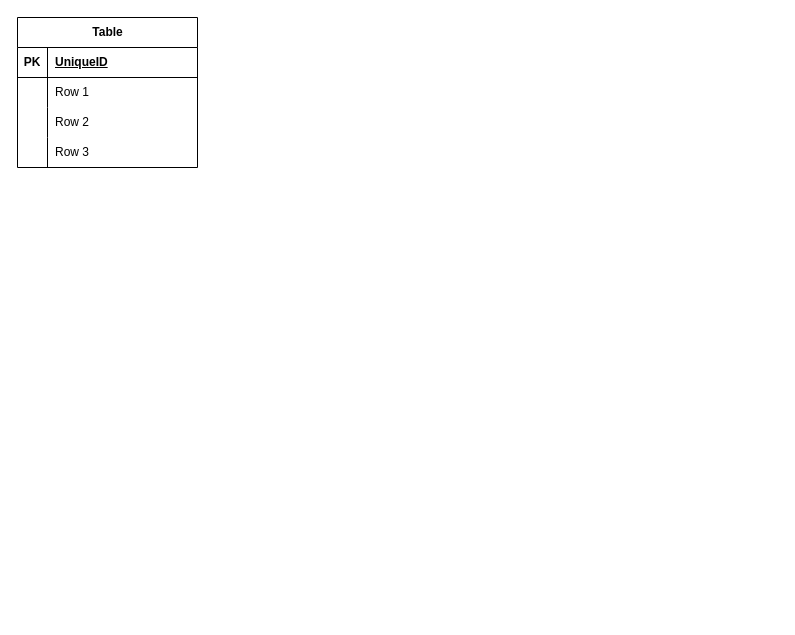
The draw.io diagram Global Super Stores.drawio in Onyinye91-ctrl/SQL_Schema, before the edit. Source tidied: cells renumbered, new cells numbered last; positions are measured from the earlier drawing's top-left corner, leaving out a move shared by most shapes. Both pictures are drawn from the tidied source at 100%, with x=0, y=0 at pixel (17, 17).
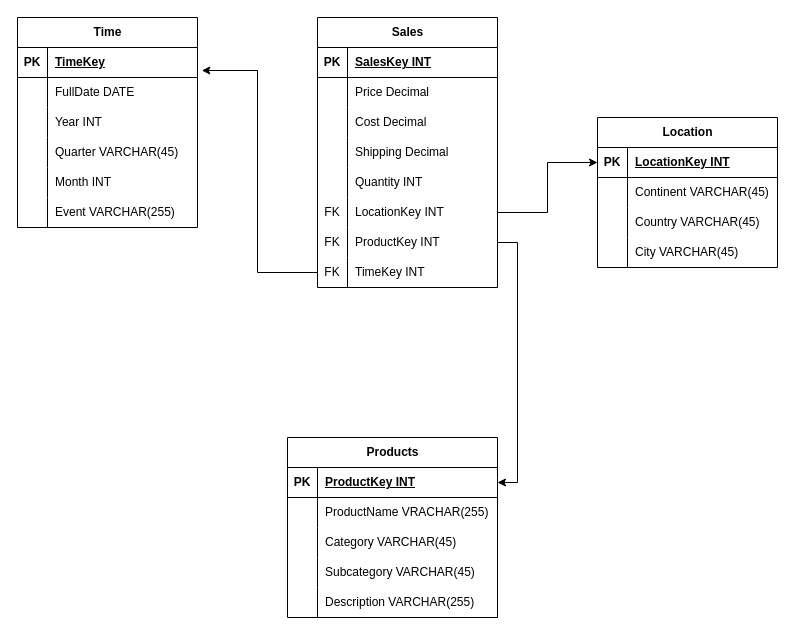
Above is the later version.

Unchanged cells that the change refers to:
```xml
<mxCell id="3" style="shape=tableRow;horizontal=0;startSize=0;swimlaneHead=0;swimlaneBody=0;fillColor=none;points=[[0,0.5],[1,0.5]];portConstraint=eastwest;top=0;left=0;right=0;bottom=1;" parent="2" vertex="1">
  <mxGeometry y="30" width="180" height="30" as="geometry" />
</mxCell>
<mxCell id="6" style="shape=tableRow;horizontal=0;startSize=0;swimlaneHead=0;swimlaneBody=0;fillColor=none;top=0;left=0;right=0;bottom=0;" parent="2" vertex="1">
  <mxGeometry y="60" width="180" height="30" as="geometry" />
</mxCell>
<mxCell id="9" style="shape=tableRow;horizontal=0;startSize=0;swimlaneHead=0;swimlaneBody=0;fillColor=none;top=0;left=0;right=0;bottom=0;" parent="2" vertex="1">
  <mxGeometry y="90" width="180" height="30" as="geometry" />
</mxCell>
<mxCell id="12" style="shape=tableRow;horizontal=0;startSize=0;swimlaneHead=0;swimlaneBody=0;fillColor=none;top=0;left=0;right=0;bottom=0;" parent="2" vertex="1">
  <mxGeometry y="120" width="180" height="30" as="geometry" />
</mxCell>
```

The edit, as a diff of the source:
```diff
@@
-    <mxCell id="2" value="Table" style="shape=table;startSize=30;childLayout=tableLayout;rowLines=0;fontStyle=1;align=center;html=1;" parent="1" vertex="1">
-      <mxGeometry width="180" height="150" as="geometry" />
+    <mxCell id="2" value="Time" style="shape=table;startSize=30;childLayout=tableLayout;rowLines=0;fontStyle=1;align=center;html=1;" parent="1" vertex="1">
+      <mxGeometry width="180" height="210" as="geometry" />
     </mxCell>
@@
-    <mxCell id="5" value="UniqueID" style="shape=partialRectangle;fillColor=none;top=0;left=0;bottom=0;right=0;align=left;spacingLeft=6;fontStyle=5;overflow=hidden;whiteSpace=wrap;html=1;" parent="3" vertex="1">
+    <mxCell id="5" value="TimeKey" style="shape=partialRectangle;fillColor=none;top=0;left=0;bottom=0;right=0;align=left;spacingLeft=6;fontStyle=5;overflow=hidden;whiteSpace=wrap;html=1;" parent="3" vertex="1">
       <mxGeometry x="30" width="150" height="30" as="geometry" />
     </mxCell>
@@
-    <mxCell id="8" value="Row 1" style="shape=partialRectangle;fillColor=none;top=0;left=0;bottom=0;right=0;align=left;spacingLeft=6;overflow=hidden;whiteSpace=wrap;html=1;" parent="6" vertex="1">
+    <mxCell id="8" value="FullDate DATE" style="shape=partialRectangle;fillColor=none;top=0;left=0;bottom=0;right=0;align=left;spacingLeft=6;overflow=hidden;whiteSpace=wrap;html=1;" parent="6" vertex="1">
       <mxGeometry x="30" width="150" height="30" as="geometry" />
     </mxCell>
@@
-    <mxCell id="11" value="Row 2" style="shape=partialRectangle;fillColor=none;top=0;left=0;bottom=0;right=0;align=left;spacingLeft=6;overflow=hidden;whiteSpace=wrap;html=1;" parent="9" vertex="1">
+    <mxCell id="11" value="Year INT" style="shape=partialRectangle;fillColor=none;top=0;left=0;bottom=0;right=0;align=left;spacingLeft=6;overflow=hidden;whiteSpace=wrap;html=1;" parent="9" vertex="1">
       <mxGeometry x="30" width="150" height="30" as="geometry" />
     </mxCell>
@@
-    <mxCell id="14" value="Row 3" style="shape=partialRectangle;fillColor=none;top=0;left=0;bottom=0;right=0;align=left;spacingLeft=6;overflow=hidden;whiteSpace=wrap;html=1;" parent="12" vertex="1">
+    <mxCell id="14" value="Quarter VARCHAR(45)" style="shape=partialRectangle;fillColor=none;top=0;left=0;bottom=0;right=0;align=left;spacingLeft=6;overflow=hidden;whiteSpace=wrap;html=1;" parent="12" vertex="1">
       <mxGeometry x="30" width="150" height="30" as="geometry" />
     </mxCell>
+    <mxCell id="15" style="shape=tableRow;horizontal=0;startSize=0;swimlaneHead=0;swimlaneBody=0;fillColor=none;top=0;left=0;right=0;bottom=0;" parent="2" vertex="1">
+      <mxGeometry y="150" width="180" height="30" as="geometry" />
+    </mxCell>
+    <mxCell id="16" style="shape=partialRectangle;fillColor=none;top=0;left=0;bottom=0;right=0;overflow=hidden;whiteSpace=wrap;html=1;" parent="15" vertex="1">
+      <mxGeometry width="30" height="30" as="geometry" />
+    </mxCell>
+    <mxCell id="17" value="Month INT" style="shape=partialRectangle;fillColor=none;top=0;left=0;bottom=0;right=0;align=left;spacingLeft=6;overflow=hidden;whiteSpace=wrap;html=1;" parent="15" vertex="1">
+      <mxGeometry x="30" width="150" height="30" as="geometry" />
+    </mxCell>
+    <mxCell id="18" style="shape=tableRow;horizontal=0;startSize=0;swimlaneHead=0;swimlaneBody=0;fillColor=none;top=0;left=0;right=0;bottom=0;" parent="2" vertex="1">
+      <mxGeometry y="180" width="180" height="30" as="geometry" />
+    </mxCell>
+    <mxCell id="19" style="shape=partialRectangle;fillColor=none;top=0;left=0;bottom=0;right=0;overflow=hidden;whiteSpace=wrap;html=1;" parent="18" vertex="1">
+      <mxGeometry width="30" height="30" as="geometry" />
+    </mxCell>
+    <mxCell id="20" value="Event VARCHAR(255)" style="shape=partialRectangle;fillColor=none;top=0;left=0;bottom=0;right=0;align=left;spacingLeft=6;overflow=hidden;whiteSpace=wrap;html=1;" parent="18" vertex="1">
+      <mxGeometry x="30" width="150" height="30" as="geometry" />
+    </mxCell>
+    <mxCell id="21" value="Products" style="shape=table;startSize=30;childLayout=tableLayout;rowLines=0;fontStyle=1;align=center;html=1;" parent="1" vertex="1">
+      <mxGeometry x="270" y="420" width="210" height="180" as="geometry" />
+    </mxCell>
+    <mxCell id="22" style="shape=tableRow;horizontal=0;startSize=0;swimlaneHead=0;swimlaneBody=0;fillColor=none;points=[[0,0.5],[1,0.5]];portConstraint=eastwest;top=0;left=0;right=0;bottom=1;" parent="21" vertex="1">
+      <mxGeometry y="30" width="210" height="30" as="geometry" />
+    </mxCell>
+    <mxCell id="23" value="PK" style="shape=partialRectangle;fillColor=none;top=0;left=0;bottom=0;right=0;fontStyle=1;overflow=hidden;whiteSpace=wrap;html=1;" parent="22" vertex="1">
+      <mxGeometry width="30" height="30" as="geometry" />
+    </mxCell>
+    <mxCell id="24" value="ProductKey INT" style="shape=partialRectangle;fillColor=none;top=0;left=0;bottom=0;right=0;align=left;spacingLeft=6;fontStyle=5;overflow=hidden;whiteSpace=wrap;html=1;" parent="22" vertex="1">
+      <mxGeometry x="30" width="180" height="30" as="geometry" />
+    </mxCell>
+    <mxCell id="25" style="shape=tableRow;horizontal=0;startSize=0;swimlaneHead=0;swimlaneBody=0;fillColor=none;top=0;left=0;right=0;bottom=0;" parent="21" vertex="1">
+      <mxGeometry y="60" width="210" height="30" as="geometry" />
+    </mxCell>
+    <mxCell id="26" style="shape=partialRectangle;fillColor=none;top=0;left=0;bottom=0;right=0;overflow=hidden;whiteSpace=wrap;html=1;" parent="25" vertex="1">
+      <mxGeometry width="30" height="30" as="geometry" />
+    </mxCell>
+    <mxCell id="27" value="ProductName VRACHAR(255)" style="shape=partialRectangle;fillColor=none;top=0;left=0;bottom=0;right=0;align=left;spacingLeft=6;overflow=hidden;whiteSpace=wrap;html=1;" parent="25" vertex="1">
+      <mxGeometry x="30" width="180" height="30" as="geometry" />
+    </mxCell>
+    <mxCell id="28" style="shape=tableRow;horizontal=0;startSize=0;swimlaneHead=0;swimlaneBody=0;fillColor=none;top=0;left=0;right=0;bottom=0;" parent="21" vertex="1">
+      <mxGeometry y="90" width="210" height="30" as="geometry" />
+    </mxCell>
+    <mxCell id="29" style="shape=partialRectangle;fillColor=none;top=0;left=0;bottom=0;right=0;overflow=hidden;whiteSpace=wrap;html=1;" parent="28" vertex="1">
+      <mxGeometry width="30" height="30" as="geometry" />
+    </mxCell>
+    <mxCell id="30" value="Category VARCHAR(45)" style="shape=partialRectangle;fillColor=none;top=0;left=0;bottom=0;right=0;align=left;spacingLeft=6;overflow=hidden;whiteSpace=wrap;html=1;" parent="28" vertex="1">
+      <mxGeometry x="30" width="180" height="30" as="geometry" />
+    </mxCell>
+    <mxCell id="31" style="shape=tableRow;horizontal=0;startSize=0;swimlaneHead=0;swimlaneBody=0;fillColor=none;top=0;left=0;right=0;bottom=0;" parent="21" vertex="1">
+      <mxGeometry y="120" width="210" height="30" as="geometry" />
+    </mxCell>
+    <mxCell id="32" style="shape=partialRectangle;fillColor=none;top=0;left=0;bottom=0;right=0;overflow=hidden;whiteSpace=wrap;html=1;" parent="31" vertex="1">
+      <mxGeometry width="30" height="30" as="geometry" />
+    </mxCell>
+    <mxCell id="33" value="Subcategory VARCHAR(45)" style="shape=partialRectangle;fillColor=none;top=0;left=0;bottom=0;right=0;align=left;spacingLeft=6;overflow=hidden;whiteSpace=wrap;html=1;" parent="31" vertex="1">
+      <mxGeometry x="30" width="180" height="30" as="geometry" />
+    </mxCell>
+    <mxCell id="34" style="shape=tableRow;horizontal=0;startSize=0;swimlaneHead=0;swimlaneBody=0;fillColor=none;top=0;left=0;right=0;bottom=0;" parent="21" vertex="1">
+      <mxGeometry y="150" width="210" height="30" as="geometry" />
+    </mxCell>
+    <mxCell id="35" style="shape=partialRectangle;fillColor=none;top=0;left=0;bottom=0;right=0;overflow=hidden;whiteSpace=wrap;html=1;" parent="34" vertex="1">
+      <mxGeometry width="30" height="30" as="geometry" />
+    </mxCell>
+    <mxCell id="36" value="Description VARCHAR(255)" style="shape=partialRectangle;fillColor=none;top=0;left=0;bottom=0;right=0;align=left;spacingLeft=6;overflow=hidden;whiteSpace=wrap;html=1;" parent="34" vertex="1">
+      <mxGeometry x="30" width="180" height="30" as="geometry" />
+    </mxCell>
+    <mxCell id="37" value="Location" style="shape=table;startSize=30;childLayout=tableLayout;rowLines=0;fontStyle=1;align=center;html=1;" parent="1" vertex="1">
+      <mxGeometry x="580" y="100" width="180" height="150" as="geometry" />
+    </mxCell>
+    <mxCell id="38" style="shape=tableRow;horizontal=0;startSize=0;swimlaneHead=0;swimlaneBody=0;fillColor=none;points=[[0,0.5],[1,0.5]];portConstraint=eastwest;top=0;left=0;right=0;bottom=1;" parent="37" vertex="1">
+      <mxGeometry y="30" width="180" height="30" as="geometry" />
+    </mxCell>
+    <mxCell id="39" value="PK" style="shape=partialRectangle;fillColor=none;top=0;left=0;bottom=0;right=0;fontStyle=1;overflow=hidden;whiteSpace=wrap;html=1;" parent="38" vertex="1">
+      <mxGeometry width="30" height="30" as="geometry" />
+    </mxCell>
+    <mxCell id="40" value="LocationKey INT" style="shape=partialRectangle;fillColor=none;top=0;left=0;bottom=0;right=0;align=left;spacingLeft=6;fontStyle=5;overflow=hidden;whiteSpace=wrap;html=1;" parent="38" vertex="1">
+      <mxGeometry x="30" width="150" height="30" as="geometry" />
+    </mxCell>
+    <mxCell id="41" style="shape=tableRow;horizontal=0;startSize=0;swimlaneHead=0;swimlaneBody=0;fillColor=none;top=0;left=0;right=0;bottom=0;" parent="37" vertex="1">
+      <mxGeometry y="60" width="180" height="30" as="geometry" />
+    </mxCell>
+    <mxCell id="42" style="shape=partialRectangle;fillColor=none;top=0;left=0;bottom=0;right=0;overflow=hidden;whiteSpace=wrap;html=1;" parent="41" vertex="1">
+      <mxGeometry width="30" height="30" as="geometry" />
+    </mxCell>
+    <mxCell id="43" value="Continent VARCHAR(45)" style="shape=partialRectangle;fillColor=none;top=0;left=0;bottom=0;right=0;align=left;spacingLeft=6;overflow=hidden;whiteSpace=wrap;html=1;" parent="41" vertex="1">
+      <mxGeometry x="30" width="150" height="30" as="geometry" />
+    </mxCell>
+    <mxCell id="44" style="shape=tableRow;horizontal=0;startSize=0;swimlaneHead=0;swimlaneBody=0;fillColor=none;top=0;left=0;right=0;bottom=0;" parent="37" vertex="1">
+      <mxGeometry y="90" width="180" height="30" as="geometry" />
+    </mxCell>
+    <mxCell id="45" style="shape=partialRectangle;fillColor=none;top=0;left=0;bottom=0;right=0;overflow=hidden;whiteSpace=wrap;html=1;" parent="44" vertex="1">
+      <mxGeometry width="30" height="30" as="geometry" />
+    </mxCell>
+    <mxCell id="46" value="Country VARCHAR(45)" style="shape=partialRectangle;fillColor=none;top=0;left=0;bottom=0;right=0;align=left;spacingLeft=6;overflow=hidden;whiteSpace=wrap;html=1;" parent="44" vertex="1">
+      <mxGeometry x="30" width="150" height="30" as="geometry" />
+    </mxCell>
+    <mxCell id="47" style="shape=tableRow;horizontal=0;startSize=0;swimlaneHead=0;swimlaneBody=0;fillColor=none;top=0;left=0;right=0;bottom=0;" parent="37" vertex="1">
+      <mxGeometry y="120" width="180" height="30" as="geometry" />
+    </mxCell>
+    <mxCell id="48" style="shape=partialRectangle;fillColor=none;top=0;left=0;bottom=0;right=0;overflow=hidden;whiteSpace=wrap;html=1;" parent="47" vertex="1">
+      <mxGeometry width="30" height="30" as="geometry" />
+    </mxCell>
+    <mxCell id="49" value="City VARCHAR(45)" style="shape=partialRectangle;fillColor=none;top=0;left=0;bottom=0;right=0;align=left;spacingLeft=6;overflow=hidden;whiteSpace=wrap;html=1;" parent="47" vertex="1">
+      <mxGeometry x="30" width="150" height="30" as="geometry" />
+    </mxCell>
+    <mxCell id="50" value="Sales" style="shape=table;startSize=30;childLayout=tableLayout;rowLines=0;fontStyle=1;align=center;html=1;" parent="1" vertex="1">
+      <mxGeometry x="300" width="180" height="270" as="geometry" />
+    </mxCell>
+    <mxCell id="51" style="shape=tableRow;horizontal=0;startSize=0;swimlaneHead=0;swimlaneBody=0;fillColor=none;top=0;left=0;right=0;bottom=1;" parent="50" vertex="1">
+      <mxGeometry y="30" width="180" height="30" as="geometry" />
+    </mxCell>
+    <mxCell id="52" value="PK" style="shape=partialRectangle;fillColor=none;top=0;left=0;bottom=0;right=0;fontStyle=1;overflow=hidden;whiteSpace=wrap;html=1;" parent="51" vertex="1">
+      <mxGeometry width="30" height="30" as="geometry" />
+    </mxCell>
+    <mxCell id="53" value="SalesKey INT" style="shape=partialRectangle;fillColor=none;top=0;left=0;bottom=0;right=0;align=left;spacingLeft=6;fontStyle=5;overflow=hidden;whiteSpace=wrap;html=1;" parent="51" vertex="1">
+      <mxGeometry x="30" width="150" height="30" as="geometry" />
+    </mxCell>
+    <mxCell id="54" style="shape=tableRow;horizontal=0;startSize=0;swimlaneHead=0;swimlaneBody=0;fillColor=none;top=0;left=0;right=0;bottom=0;" parent="50" vertex="1">
+      <mxGeometry y="60" width="180" height="30" as="geometry" />
+    </mxCell>
+    <mxCell id="55" style="shape=partialRectangle;fillColor=none;top=0;left=0;bottom=0;right=0;overflow=hidden;whiteSpace=wrap;html=1;" parent="54" vertex="1">
+      <mxGeometry width="30" height="30" as="geometry" />
+    </mxCell>
+    <mxCell id="56" value="Price Decimal" style="shape=partialRectangle;fillColor=none;top=0;left=0;bottom=0;right=0;align=left;spacingLeft=6;overflow=hidden;whiteSpace=wrap;html=1;" parent="54" vertex="1">
+      <mxGeometry x="30" width="150" height="30" as="geometry" />
+    </mxCell>
+    <mxCell id="57" style="shape=tableRow;horizontal=0;startSize=0;swimlaneHead=0;swimlaneBody=0;fillColor=none;top=0;left=0;right=0;bottom=0;" parent="50" vertex="1">
+      <mxGeometry y="90" width="180" height="30" as="geometry" />
+    </mxCell>
+    <mxCell id="58" style="shape=partialRectangle;fillColor=none;top=0;left=0;bottom=0;right=0;overflow=hidden;whiteSpace=wrap;html=1;" parent="57" vertex="1">
+      <mxGeometry width="30" height="30" as="geometry" />
+    </mxCell>
+    <mxCell id="59" value="Cost Decimal" style="shape=partialRectangle;fillColor=none;top=0;left=0;bottom=0;right=0;align=left;spacingLeft=6;overflow=hidden;whiteSpace=wrap;html=1;" parent="57" vertex="1">
+      <mxGeometry x="30" width="150" height="30" as="geometry" />
+    </mxCell>
+    <mxCell id="60" style="shape=tableRow;horizontal=0;startSize=0;swimlaneHead=0;swimlaneBody=0;fillColor=none;top=0;left=0;right=0;bottom=0;" parent="50" vertex="1">
+      <mxGeometry y="120" width="180" height="30" as="geometry" />
+    </mxCell>
+    <mxCell id="61" style="shape=partialRectangle;fillColor=none;top=0;left=0;bottom=0;right=0;overflow=hidden;whiteSpace=wrap;html=1;" parent="60" vertex="1">
+      <mxGeometry width="30" height="30" as="geometry" />
+    </mxCell>
+    <mxCell id="62" value="Shipping Decimal" style="shape=partialRectangle;fillColor=none;top=0;left=0;bottom=0;right=0;align=left;spacingLeft=6;overflow=hidden;whiteSpace=wrap;html=1;" parent="60" vertex="1">
+      <mxGeometry x="30" width="150" height="30" as="geometry" />
+    </mxCell>
+    <mxCell id="63" style="shape=tableRow;horizontal=0;startSize=0;swimlaneHead=0;swimlaneBody=0;fillColor=none;top=0;left=0;right=0;bottom=0;" parent="50" vertex="1">
+      <mxGeometry y="150" width="180" height="30" as="geometry" />
+    </mxCell>
+    <mxCell id="64" style="shape=partialRectangle;fillColor=none;top=0;left=0;bottom=0;right=0;overflow=hidden;whiteSpace=wrap;html=1;" parent="63" vertex="1">
+      <mxGeometry width="30" height="30" as="geometry" />
+    </mxCell>
+    <mxCell id="65" value="Quantity INT" style="shape=partialRectangle;fillColor=none;top=0;left=0;bottom=0;right=0;align=left;spacingLeft=6;overflow=hidden;whiteSpace=wrap;html=1;" parent="63" vertex="1">
+      <mxGeometry x="30" width="150" height="30" as="geometry" />
+    </mxCell>
+    <mxCell id="66" style="shape=tableRow;horizontal=0;startSize=0;swimlaneHead=0;swimlaneBody=0;fillColor=none;points=[[0,0.5],[1,0.5]];portConstraint=eastwest;top=0;left=0;right=0;bottom=0;" parent="50" vertex="1">
+      <mxGeometry y="180" width="180" height="30" as="geometry" />
+    </mxCell>
+    <mxCell id="67" value="FK" style="shape=partialRectangle;fillColor=none;top=0;left=0;bottom=0;right=0;overflow=hidden;whiteSpace=wrap;html=1;" parent="66" vertex="1">
+      <mxGeometry width="30" height="30" as="geometry" />
+    </mxCell>
+    <mxCell id="68" value="LocationKey INT" style="shape=partialRectangle;fillColor=none;top=0;left=0;bottom=0;right=0;align=left;spacingLeft=6;overflow=hidden;whiteSpace=wrap;html=1;" parent="66" vertex="1">
+      <mxGeometry x="30" width="150" height="30" as="geometry" />
+    </mxCell>
+    <mxCell id="69" style="shape=tableRow;horizontal=0;startSize=0;swimlaneHead=0;swimlaneBody=0;fillColor=none;points=[[0,0.5],[1,0.5]];portConstraint=eastwest;top=0;left=0;right=0;bottom=0;" parent="50" vertex="1">
+      <mxGeometry y="210" width="180" height="30" as="geometry" />
+    </mxCell>
+    <mxCell id="70" value="FK" style="shape=partialRectangle;fillColor=none;top=0;left=0;bottom=0;right=0;overflow=hidden;whiteSpace=wrap;html=1;" parent="69" vertex="1">
+      <mxGeometry width="30" height="30" as="geometry" />
+    </mxCell>
+    <mxCell id="71" value="ProductKey INT" style="shape=partialRectangle;fillColor=none;top=0;left=0;bottom=0;right=0;align=left;spacingLeft=6;overflow=hidden;whiteSpace=wrap;html=1;" parent="69" vertex="1">
+      <mxGeometry x="30" width="150" height="30" as="geometry" />
+    </mxCell>
+    <mxCell id="72" style="shape=tableRow;horizontal=0;startSize=0;swimlaneHead=0;swimlaneBody=0;fillColor=none;points=[[0,0.5],[1,0.5]];portConstraint=eastwest;top=0;left=0;right=0;bottom=0;" parent="50" vertex="1">
+      <mxGeometry y="240" width="180" height="30" as="geometry" />
+    </mxCell>
+    <mxCell id="73" value="FK" style="shape=partialRectangle;fillColor=none;top=0;left=0;bottom=0;right=0;overflow=hidden;whiteSpace=wrap;html=1;" parent="72" vertex="1">
+      <mxGeometry width="30" height="30" as="geometry" />
+    </mxCell>
+    <mxCell id="74" value="TimeKey INT" style="shape=partialRectangle;fillColor=none;top=0;left=0;bottom=0;right=0;align=left;spacingLeft=6;overflow=hidden;whiteSpace=wrap;html=1;" parent="72" vertex="1">
+      <mxGeometry x="30" width="150" height="30" as="geometry" />
+    </mxCell>
+    <mxCell id="75" style="edgeStyle=orthogonalEdgeStyle;rounded=0;jettySize=auto;html=1;entryX=1.024;entryY=0.767;entryDx=0;entryDy=0;entryPerimeter=0;" parent="1" edge="1" source="72" target="3">
+      <mxGeometry relative="1" as="geometry" />
+    </mxCell>
+    <mxCell id="76" style="edgeStyle=orthogonalEdgeStyle;rounded=0;jettySize=auto;html=1;exitX=1;exitY=0.5;exitDx=0;exitDy=0;entryX=0;entryY=0.5;entryDx=0;entryDy=0;" parent="1" edge="1" source="66" target="38">
+      <mxGeometry relative="1" as="geometry" />
+    </mxCell>
+    <mxCell id="77" style="edgeStyle=orthogonalEdgeStyle;rounded=0;jettySize=auto;html=1;exitX=1;exitY=0.5;exitDx=0;exitDy=0;entryX=1;entryY=0.5;entryDx=0;entryDy=0;" parent="1" edge="1" source="69" target="22">
+      <mxGeometry relative="1" as="geometry" />
+    </mxCell>
```
